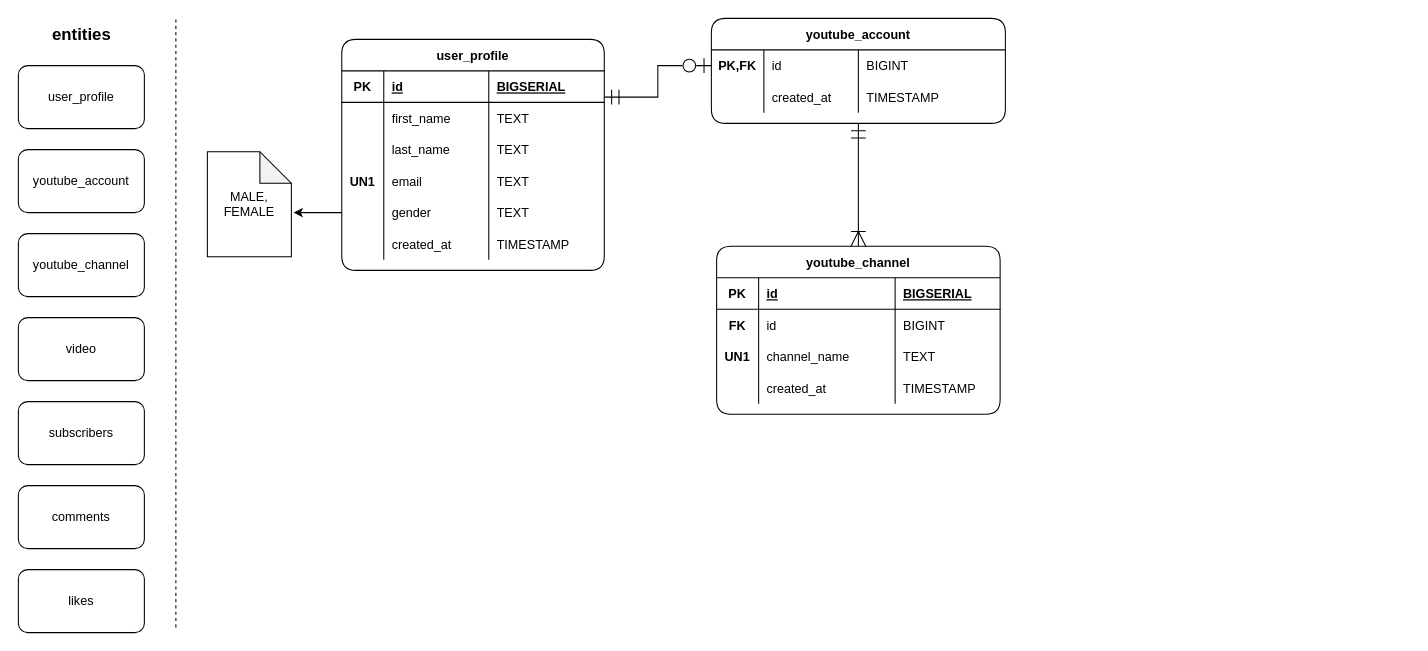
Earlier version of the draw.io diagram erd-course.drawio (teekaygithub/erd-course). Source tidied: cells renumbered, new cells numbered last; positions are measured from the earlier drawing's top-left corner, leaving out a move shared by most shapes. Both pictures are drawn from the tidied source at 105%, with x=0, y=0 at pixel (18, 18).
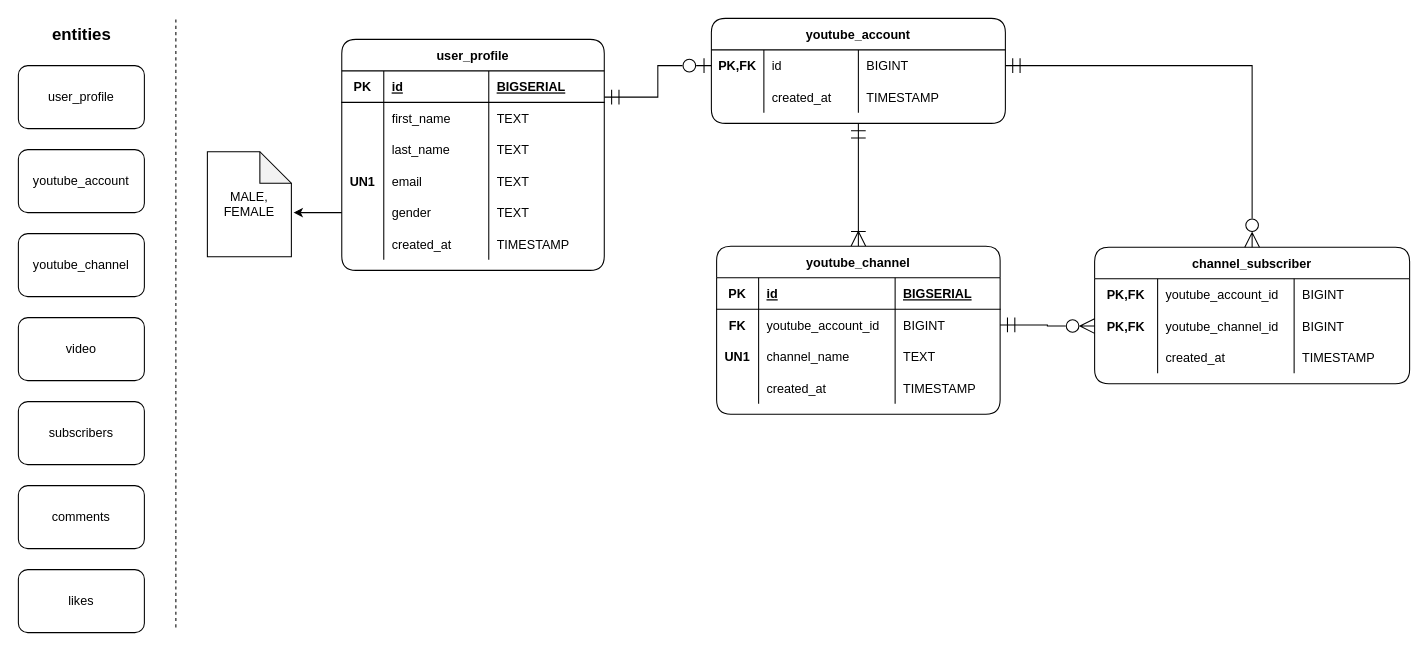
The same diagram, later.

Commit message:
many to many relationship: channel-subscriber

Unchanged cells that the change refers to:
```xml
<mxCell id="41" style="shape=tableRow;horizontal=0;startSize=0;swimlaneHead=0;swimlaneBody=0;fillColor=none;points=[[0,0.5],[1,0.5]];portConstraint=eastwest;top=0;left=0;right=0;bottom=0;" parent="40" vertex="1">
  <mxGeometry y="30" width="280" height="30" as="geometry" />
</mxCell>
<mxCell id="54" style="shape=tableRow;horizontal=0;startSize=0;swimlaneHead=0;swimlaneBody=0;fillColor=none;points=[[0,0.5],[1,0.5]];portConstraint=eastwest;top=0;left=0;right=0;bottom=0;" parent="49" vertex="1">
  <mxGeometry y="60" width="270" height="30" as="geometry" />
</mxCell>
```

The edit, as a diff of the source:
```diff
@@
-    <mxCell id="56" value="id" style="shape=partialRectangle;fillColor=none;top=0;left=0;bottom=0;right=0;align=left;spacingLeft=6;overflow=hidden;" parent="54" vertex="1">
+    <mxCell id="56" value="youtube_account_id" style="shape=partialRectangle;fillColor=none;top=0;left=0;bottom=0;right=0;align=left;spacingLeft=6;overflow=hidden;" parent="54" vertex="1">
       <mxGeometry x="40" width="130" height="30" as="geometry" />
     </mxCell>
@@
+    <mxCell id="66" value="channel_subscriber" style="shape=table;startSize=30;childLayout=tableLayout;rowLines=0;fontStyle=1;align=center;rounded=1;swimlaneLine=1;" parent="1" vertex="1">
+      <mxGeometry x="1025" y="218" width="300" height="130" as="geometry" />
+    </mxCell>
+    <mxCell id="67" style="shape=tableRow;horizontal=0;startSize=0;swimlaneHead=0;swimlaneBody=0;fillColor=none;top=0;left=0;right=0;bottom=0;" parent="66" vertex="1">
+      <mxGeometry y="30" width="300" height="30" as="geometry" />
+    </mxCell>
+    <mxCell id="68" value="PK,FK" style="shape=partialRectangle;fillColor=none;top=0;left=0;bottom=0;right=0;overflow=hidden;fontStyle=1;" parent="67" vertex="1">
+      <mxGeometry width="60" height="30" as="geometry" />
+    </mxCell>
+    <mxCell id="69" value="youtube_account_id" style="shape=partialRectangle;fillColor=none;top=0;left=0;bottom=0;right=0;align=left;spacingLeft=6;overflow=hidden;" parent="67" vertex="1">
+      <mxGeometry x="60" width="130" height="30" as="geometry" />
+    </mxCell>
+    <mxCell id="70" value="BIGINT" style="shape=partialRectangle;fillColor=none;top=0;left=0;bottom=0;right=0;align=left;spacingLeft=6;overflow=hidden;" parent="67" vertex="1">
+      <mxGeometry x="190" width="110" height="30" as="geometry" />
+    </mxCell>
+    <mxCell id="71" style="shape=tableRow;horizontal=0;startSize=0;swimlaneHead=0;swimlaneBody=0;fillColor=none;points=[[0,0.5],[1,0.5]];portConstraint=eastwest;top=0;left=0;right=0;bottom=0;" parent="66" vertex="1">
+      <mxGeometry y="60" width="300" height="30" as="geometry" />
+    </mxCell>
+    <mxCell id="72" value="PK,FK" style="shape=partialRectangle;fillColor=none;top=0;left=0;bottom=0;right=0;overflow=hidden;fontStyle=1;" parent="71" vertex="1">
+      <mxGeometry width="60" height="30" as="geometry" />
+    </mxCell>
+    <mxCell id="73" value="youtube_channel_id" style="shape=partialRectangle;fillColor=none;top=0;left=0;bottom=0;right=0;align=left;spacingLeft=6;overflow=hidden;" parent="71" vertex="1">
+      <mxGeometry x="60" width="130" height="30" as="geometry" />
+    </mxCell>
+    <mxCell id="74" value="BIGINT" style="shape=partialRectangle;fillColor=none;top=0;left=0;bottom=0;right=0;align=left;spacingLeft=6;overflow=hidden;" parent="71" vertex="1">
+      <mxGeometry x="190" width="110" height="30" as="geometry" />
+    </mxCell>
+    <mxCell id="75" style="shape=tableRow;horizontal=0;startSize=0;swimlaneHead=0;swimlaneBody=0;fillColor=none;top=0;left=0;right=0;bottom=0;" parent="66" vertex="1">
+      <mxGeometry y="90" width="300" height="30" as="geometry" />
+    </mxCell>
+    <mxCell id="76" style="shape=partialRectangle;fillColor=none;top=0;left=0;bottom=0;right=0;overflow=hidden;" parent="75" vertex="1">
+      <mxGeometry width="60" height="30" as="geometry" />
+    </mxCell>
+    <mxCell id="77" value="created_at" style="shape=partialRectangle;fillColor=none;top=0;left=0;bottom=0;right=0;align=left;spacingLeft=6;overflow=hidden;" parent="75" vertex="1">
+      <mxGeometry x="60" width="130" height="30" as="geometry" />
+    </mxCell>
+    <mxCell id="78" value="TIMESTAMP" style="shape=partialRectangle;fillColor=none;top=0;left=0;bottom=0;right=0;align=left;spacingLeft=6;overflow=hidden;" parent="75" vertex="1">
+      <mxGeometry x="190" width="110" height="30" as="geometry" />
+    </mxCell>
+    <mxCell id="79" style="edgeStyle=orthogonalEdgeStyle;rounded=0;jettySize=auto;html=1;exitX=1;exitY=0.5;exitDx=0;exitDy=0;entryX=0;entryY=0.5;entryDx=0;entryDy=0;startArrow=ERmandOne;startFill=0;endArrow=ERzeroToMany;endFill=0;startSize=12;endSize=12;" parent="1" edge="1" source="54" target="71">
+      <mxGeometry relative="1" as="geometry" />
+    </mxCell>
+    <mxCell id="80" style="edgeStyle=orthogonalEdgeStyle;rounded=0;jettySize=auto;html=1;exitX=1;exitY=0.5;exitDx=0;exitDy=0;entryX=0.5;entryY=0;entryDx=0;entryDy=0;startArrow=ERmandOne;startFill=0;endArrow=ERzeroToMany;endFill=0;startSize=12;endSize=12;" parent="1" edge="1" source="41" target="66">
+      <mxGeometry relative="1" as="geometry" />
+    </mxCell>
```
